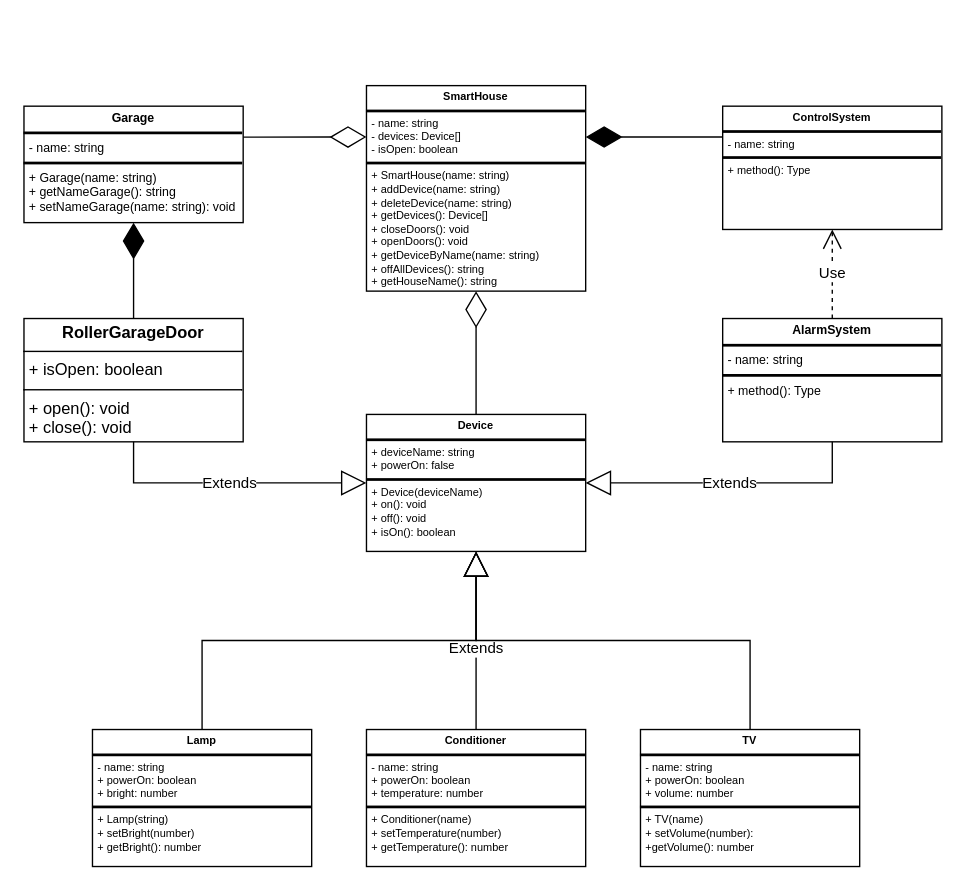
Before: SmartHouse.drawio in asimerole/independent-work-JS-for-university, a draw.io diagram. Source tidied: cells renumbered, new cells numbered last; positions are measured from the earlier drawing's top-left corner, leaving out a move shared by most shapes. Both pictures are drawn from the tidied source at 137%, with x=0, y=0 at pixel (23, 85).
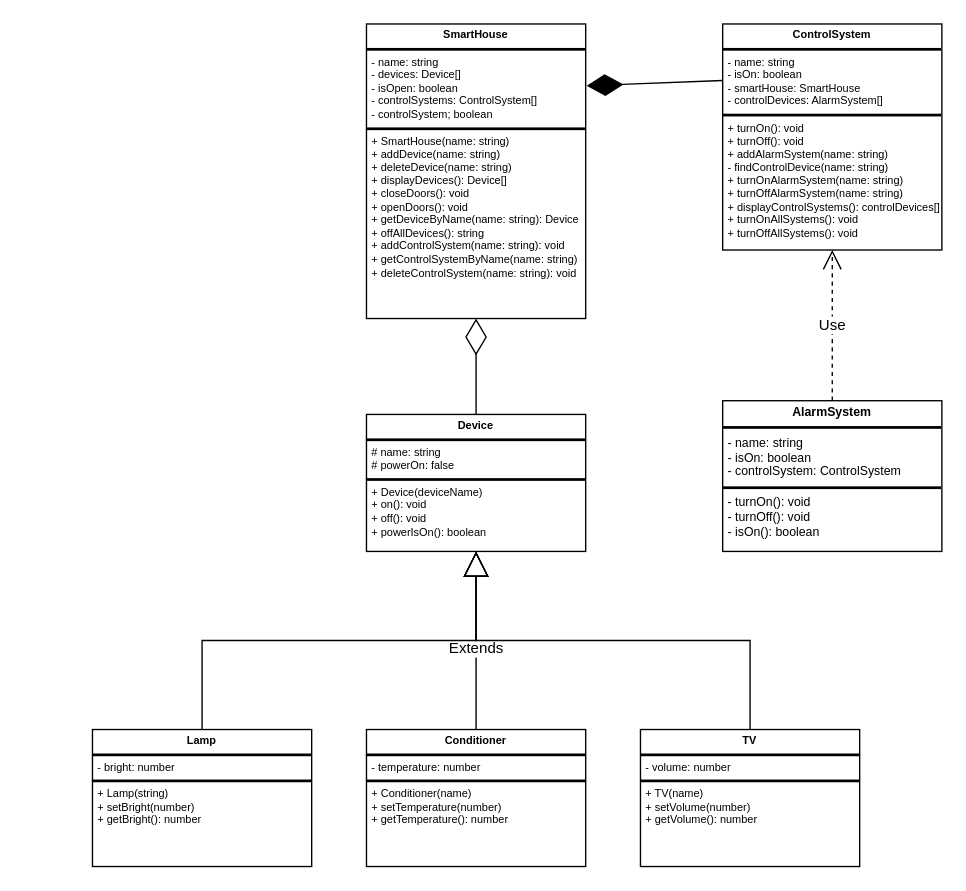
The same diagram, later.

Diff of the diagram source:
```diff
@@
-    <mxCell id="2" value="&lt;p style=&quot;margin: 4px 0px 0px; text-align: center; font-size: 8px;&quot;&gt;&lt;b style=&quot;font-size: 8px;&quot;&gt;SmartHouse&lt;/b&gt;&lt;/p&gt;&lt;hr style=&quot;border-style: solid; font-size: 8px;&quot;&gt;&lt;p style=&quot;margin: 0px 0px 0px 4px; font-size: 8px;&quot;&gt;&lt;font style=&quot;font-size: 8px;&quot;&gt;- name: string&lt;/font&gt;&lt;/p&gt;&lt;p style=&quot;margin: 0px 0px 0px 4px; font-size: 8px;&quot;&gt;&lt;font style=&quot;font-size: 8px;&quot;&gt;- devices: Device[]&lt;/font&gt;&lt;/p&gt;&lt;p style=&quot;margin: 0px 0px 0px 4px; font-size: 8px;&quot;&gt;&lt;font style=&quot;font-size: 8px;&quot;&gt;- isOpen: boolean&lt;/font&gt;&lt;/p&gt;&lt;hr style=&quot;border-style: solid; font-size: 8px;&quot;&gt;&lt;p style=&quot;margin: 0px 0px 0px 4px; font-size: 8px;&quot;&gt;+ SmartHouse(name: string)&lt;/p&gt;&lt;p style=&quot;margin: 0px 0px 0px 4px; font-size: 8px;&quot;&gt;+ addDevice(name: string)&lt;/p&gt;&lt;p style=&quot;margin: 0px 0px 0px 4px; font-size: 8px;&quot;&gt;+ deleteDevice(name: string)&lt;/p&gt;&lt;p style=&quot;margin: 0px 0px 0px 4px; font-size: 8px;&quot;&gt;+ getDevices(): Device[]&lt;/p&gt;&lt;p style=&quot;margin: 0px 0px 0px 4px; font-size: 8px;&quot;&gt;+ closeDoors(): void&lt;/p&gt;&lt;p style=&quot;margin: 0px 0px 0px 4px; font-size: 8px;&quot;&gt;+ openDoors(): void&lt;/p&gt;&lt;p style=&quot;margin: 0px 0px 0px 4px; font-size: 8px;&quot;&gt;+ getDeviceByName(name: string)&lt;/p&gt;&lt;p style=&quot;margin: 0px 0px 0px 4px; font-size: 8px;&quot;&gt;+ offAllDevices(): string&lt;/p&gt;&lt;p style=&quot;margin: 0px 0px 0px 4px; font-size: 8px;&quot;&gt;+ getHouseName(): string&lt;/p&gt;&lt;p style=&quot;margin: 0px 0px 0px 4px; font-size: 8px;&quot;&gt;&lt;br&gt;&lt;/p&gt;" style="verticalAlign=top;align=left;overflow=fill;html=1;whiteSpace=wrap;fillColor=none;fontSize=8;" parent="1" vertex="1">
-      <mxGeometry x="250" width="160" height="150" as="geometry" />
+    <mxCell id="2" value="&lt;p style=&quot;margin: 4px 0px 0px; text-align: center; font-size: 8px;&quot;&gt;&lt;b style=&quot;font-size: 8px;&quot;&gt;SmartHouse&lt;/b&gt;&lt;/p&gt;&lt;hr style=&quot;border-style: solid; font-size: 8px;&quot;&gt;&lt;p style=&quot;margin: 0px 0px 0px 4px; font-size: 8px;&quot;&gt;&lt;font style=&quot;font-size: 8px;&quot;&gt;- name: string&lt;/font&gt;&lt;/p&gt;&lt;p style=&quot;margin: 0px 0px 0px 4px; font-size: 8px;&quot;&gt;&lt;font style=&quot;font-size: 8px;&quot;&gt;- devices: Device[]&lt;/font&gt;&lt;/p&gt;&lt;p style=&quot;margin: 0px 0px 0px 4px; font-size: 8px;&quot;&gt;&lt;font style=&quot;font-size: 8px;&quot;&gt;- isOpen: boolean&lt;/font&gt;&lt;/p&gt;&lt;p style=&quot;margin: 0px 0px 0px 4px; font-size: 8px;&quot;&gt;&lt;font style=&quot;font-size: 8px;&quot;&gt;- controlSystems: ControlSystem[]&lt;/font&gt;&lt;/p&gt;&lt;p style=&quot;margin: 0px 0px 0px 4px; font-size: 8px;&quot;&gt;&lt;font style=&quot;font-size: 8px;&quot;&gt;- controlSystem; boolean&lt;/font&gt;&lt;/p&gt;&lt;hr style=&quot;border-style: solid; font-size: 8px;&quot;&gt;&lt;p style=&quot;margin: 0px 0px 0px 4px; font-size: 8px;&quot;&gt;+ SmartHouse(name: string)&lt;/p&gt;&lt;p style=&quot;margin: 0px 0px 0px 4px; font-size: 8px;&quot;&gt;+ addDevice(name: string)&lt;/p&gt;&lt;p style=&quot;margin: 0px 0px 0px 4px; font-size: 8px;&quot;&gt;+ deleteDevice(name: string)&lt;/p&gt;&lt;p style=&quot;margin: 0px 0px 0px 4px; font-size: 8px;&quot;&gt;+ displayDevices(): Device[]&lt;/p&gt;&lt;p style=&quot;margin: 0px 0px 0px 4px; font-size: 8px;&quot;&gt;+ closeDoors(): void&lt;/p&gt;&lt;p style=&quot;margin: 0px 0px 0px 4px; font-size: 8px;&quot;&gt;+ openDoors(): void&lt;/p&gt;&lt;p style=&quot;margin: 0px 0px 0px 4px; font-size: 8px;&quot;&gt;+ getDeviceByName(name: string): Device&lt;/p&gt;&lt;p style=&quot;margin: 0px 0px 0px 4px; font-size: 8px;&quot;&gt;+ offAllDevices(): string&lt;/p&gt;&lt;p style=&quot;margin: 0px 0px 0px 4px; font-size: 8px;&quot;&gt;+ addControlSystem(&lt;span style=&quot;background-color: initial;&quot;&gt;name: string&lt;/span&gt;&lt;span style=&quot;background-color: initial;&quot;&gt;): void&lt;/span&gt;&lt;/p&gt;&lt;p style=&quot;margin: 0px 0px 0px 4px; font-size: 8px;&quot;&gt;+ getControlSystemByName(name: string)&amp;nbsp;&lt;br&gt;+ deleteControlSystem(name: string): void&lt;/p&gt;&lt;p style=&quot;margin: 0px 0px 0px 4px; font-size: 8px;&quot;&gt;&lt;br&gt;&lt;/p&gt;" style="verticalAlign=top;align=left;overflow=fill;html=1;whiteSpace=wrap;fillColor=none;fontSize=8;" parent="1" vertex="1">
+      <mxGeometry x="250" y="-45" width="160" height="215" as="geometry" />
     </mxCell>
-    <mxCell id="3" value="&lt;p style=&quot;margin: 4px 0px 0px; text-align: center; font-size: 8px;&quot;&gt;&lt;b&gt;Device&lt;/b&gt;&lt;/p&gt;&lt;hr style=&quot;border-style: solid; font-size: 8px;&quot;&gt;&lt;p style=&quot;margin: 0px 0px 0px 4px; font-size: 8px;&quot;&gt;&lt;font style=&quot;font-size: 8px;&quot;&gt;+ deviceName: string&lt;/font&gt;&lt;/p&gt;&lt;p style=&quot;margin: 0px 0px 0px 4px; font-size: 8px;&quot;&gt;&lt;font style=&quot;font-size: 8px;&quot;&gt;+ powerOn: false&lt;/font&gt;&lt;span style=&quot;background-color: initial;&quot;&gt;&amp;nbsp;&lt;/span&gt;&lt;/p&gt;&lt;hr style=&quot;border-style: solid; font-size: 8px;&quot;&gt;&lt;p style=&quot;margin: 0px 0px 0px 4px; font-size: 8px;&quot;&gt;&lt;font style=&quot;font-size: 8px;&quot;&gt;+ Device(deviceName)&lt;br&gt;+ on(): void&lt;/font&gt;&lt;/p&gt;&lt;p style=&quot;margin: 0px 0px 0px 4px; font-size: 8px;&quot;&gt;&lt;font style=&quot;font-size: 8px;&quot;&gt;+ off(): void&lt;/font&gt;&lt;/p&gt;&lt;p style=&quot;margin: 0px 0px 0px 4px; font-size: 8px;&quot;&gt;&lt;font style=&quot;font-size: 8px;&quot;&gt;+ isOn(): boolean&lt;/font&gt;&lt;/p&gt;&lt;p style=&quot;margin: 0px 0px 0px 4px;&quot;&gt;&lt;br&gt;&lt;/p&gt;&lt;p style=&quot;margin: 0px 0px 0px 4px; font-size: 8px;&quot;&gt;&lt;font style=&quot;font-size: 8px;&quot;&gt;&lt;br&gt;&lt;/font&gt;&lt;/p&gt;" style="verticalAlign=top;align=left;overflow=fill;html=1;whiteSpace=wrap;fillColor=none;fontSize=8;" parent="1" vertex="1">
+    <mxCell id="3" value="&lt;p style=&quot;margin: 4px 0px 0px; text-align: center; font-size: 8px;&quot;&gt;&lt;b&gt;Device&lt;/b&gt;&lt;/p&gt;&lt;hr style=&quot;border-style: solid; font-size: 8px;&quot;&gt;&lt;p style=&quot;margin: 0px 0px 0px 4px; font-size: 8px;&quot;&gt;&lt;font style=&quot;font-size: 8px;&quot;&gt;# name: string&lt;/font&gt;&lt;/p&gt;&lt;p style=&quot;margin: 0px 0px 0px 4px; font-size: 8px;&quot;&gt;&lt;font style=&quot;font-size: 8px;&quot;&gt;# powerOn: false&lt;/font&gt;&lt;span style=&quot;background-color: initial;&quot;&gt;&amp;nbsp;&lt;/span&gt;&lt;/p&gt;&lt;hr style=&quot;border-style: solid; font-size: 8px;&quot;&gt;&lt;p style=&quot;margin: 0px 0px 0px 4px; font-size: 8px;&quot;&gt;&lt;font style=&quot;font-size: 8px;&quot;&gt;+ Device(deviceName)&lt;br&gt;+ on(): void&lt;/font&gt;&lt;/p&gt;&lt;p style=&quot;margin: 0px 0px 0px 4px; font-size: 8px;&quot;&gt;&lt;font style=&quot;font-size: 8px;&quot;&gt;+ off(): void&lt;/font&gt;&lt;/p&gt;&lt;p style=&quot;margin: 0px 0px 0px 4px; font-size: 8px;&quot;&gt;&lt;font style=&quot;font-size: 8px;&quot;&gt;+ powerIsOn(): boolean&lt;/font&gt;&lt;/p&gt;&lt;p style=&quot;margin: 0px 0px 0px 4px;&quot;&gt;&lt;br&gt;&lt;/p&gt;&lt;p style=&quot;margin: 0px 0px 0px 4px; font-size: 8px;&quot;&gt;&lt;font style=&quot;font-size: 8px;&quot;&gt;&lt;br&gt;&lt;/font&gt;&lt;/p&gt;" style="verticalAlign=top;align=left;overflow=fill;html=1;whiteSpace=wrap;fillColor=none;fontSize=8;" parent="1" vertex="1">
       <mxGeometry x="250" y="240" width="160" height="100" as="geometry" />
     </mxCell>
-    <mxCell id="4" value="&lt;p style=&quot;text-align: center; margin: 4px 0px 0px;&quot;&gt;&lt;span style=&quot;background-color: initial; text-align: left;&quot;&gt;&lt;b&gt;Conditioner&lt;/b&gt;&lt;/span&gt;&lt;/p&gt;&lt;hr style=&quot;border-style: solid; font-size: 8px;&quot;&gt;&lt;p style=&quot;margin: 0px 0px 0px 4px; font-size: 8px;&quot;&gt;- name: string&lt;br&gt;+ powerOn: boolean&lt;br&gt;&lt;/p&gt;&lt;p style=&quot;margin: 0px 0px 0px 4px; font-size: 8px;&quot;&gt;+ temperature: number&lt;/p&gt;&lt;hr style=&quot;border-style: solid; font-size: 8px;&quot;&gt;&lt;p style=&quot;margin: 0px 0px 0px 4px; font-size: 8px;&quot;&gt;+ Conditioner(name)&lt;/p&gt;&lt;p style=&quot;margin: 0px 0px 0px 4px; font-size: 8px;&quot;&gt;+ setTemperature(number)&lt;/p&gt;&lt;p style=&quot;margin: 0px 0px 0px 4px; font-size: 8px;&quot;&gt;+ getTemperature(): number&lt;/p&gt;" style="verticalAlign=top;align=left;overflow=fill;html=1;whiteSpace=wrap;fillColor=none;fontSize=8;" parent="1" vertex="1">
+    <mxCell id="4" value="&lt;p style=&quot;text-align: center; margin: 4px 0px 0px;&quot;&gt;&lt;span style=&quot;background-color: initial; text-align: left;&quot;&gt;&lt;b&gt;Conditioner&lt;/b&gt;&lt;/span&gt;&lt;/p&gt;&lt;hr style=&quot;border-style: solid; font-size: 8px;&quot;&gt;&lt;p style=&quot;margin: 0px 0px 0px 4px; font-size: 8px;&quot;&gt;&lt;span style=&quot;background-color: initial;&quot;&gt;- temperature: number&lt;/span&gt;&lt;br&gt;&lt;/p&gt;&lt;hr style=&quot;border-style: solid; font-size: 8px;&quot;&gt;&lt;p style=&quot;margin: 0px 0px 0px 4px; font-size: 8px;&quot;&gt;+ Conditioner(name)&lt;/p&gt;&lt;p style=&quot;margin: 0px 0px 0px 4px; font-size: 8px;&quot;&gt;+ setTemperature(number)&lt;/p&gt;&lt;p style=&quot;margin: 0px 0px 0px 4px; font-size: 8px;&quot;&gt;+ getTemperature(): number&lt;/p&gt;" style="verticalAlign=top;align=left;overflow=fill;html=1;whiteSpace=wrap;fillColor=none;fontSize=8;" parent="1" vertex="1">
       <mxGeometry x="250" y="470" width="160" height="100" as="geometry" />
     </mxCell>
-    <mxCell id="5" value="&lt;p style=&quot;margin: 4px 0px 0px; text-align: center; font-size: 8px;&quot;&gt;&lt;b&gt;TV&lt;/b&gt;&lt;/p&gt;&lt;hr style=&quot;border-style: solid; font-size: 8px;&quot;&gt;&lt;p style=&quot;margin: 0px 0px 0px 4px; font-size: 8px;&quot;&gt;- name: string&lt;/p&gt;&lt;p style=&quot;margin: 0px 0px 0px 4px; font-size: 8px;&quot;&gt;+ powerOn: boolean&lt;br&gt;&lt;/p&gt;&lt;p style=&quot;margin: 0px 0px 0px 4px; font-size: 8px;&quot;&gt;+ volume: number&lt;/p&gt;&lt;hr style=&quot;border-style: solid; font-size: 8px;&quot;&gt;&lt;p style=&quot;margin: 0px 0px 0px 4px; font-size: 8px;&quot;&gt;+ TV(name)&lt;/p&gt;&lt;p style=&quot;margin: 0px 0px 0px 4px; font-size: 8px;&quot;&gt;+ setVolume(number):&lt;/p&gt;&lt;p style=&quot;margin: 0px 0px 0px 4px; font-size: 8px;&quot;&gt;+getVolume(): number&lt;/p&gt;&lt;p style=&quot;margin: 0px 0px 0px 4px; font-size: 8px;&quot;&gt;&lt;br&gt;&lt;/p&gt;" style="verticalAlign=top;align=left;overflow=fill;html=1;whiteSpace=wrap;fillColor=none;fontSize=8;" parent="1" vertex="1">
+    <mxCell id="5" value="&lt;p style=&quot;margin: 4px 0px 0px; text-align: center; font-size: 8px;&quot;&gt;&lt;b&gt;TV&lt;/b&gt;&lt;/p&gt;&lt;hr style=&quot;border-style: solid; font-size: 8px;&quot;&gt;&lt;p style=&quot;margin: 0px 0px 0px 4px; font-size: 8px;&quot;&gt;&lt;span style=&quot;background-color: initial;&quot;&gt;- volume: number&lt;/span&gt;&lt;br&gt;&lt;/p&gt;&lt;hr style=&quot;border-style: solid; font-size: 8px;&quot;&gt;&lt;p style=&quot;margin: 0px 0px 0px 4px; font-size: 8px;&quot;&gt;+ TV(name)&lt;/p&gt;&lt;p style=&quot;margin: 0px 0px 0px 4px; font-size: 8px;&quot;&gt;+ setVolume(number)&lt;/p&gt;&lt;p style=&quot;margin: 0px 0px 0px 4px; font-size: 8px;&quot;&gt;+ getVolume(): number&lt;/p&gt;&lt;p style=&quot;margin: 0px 0px 0px 4px; font-size: 8px;&quot;&gt;&lt;br&gt;&lt;/p&gt;" style="verticalAlign=top;align=left;overflow=fill;html=1;whiteSpace=wrap;fillColor=none;fontSize=8;" parent="1" vertex="1">
       <mxGeometry x="450" y="470" width="160" height="100" as="geometry" />
     </mxCell>
-    <mxCell id="6" value="&lt;p style=&quot;margin: 4px 0px 0px; text-align: center; font-size: 8px;&quot;&gt;&lt;b style=&quot;font-size: 8px;&quot;&gt;Lamp&lt;/b&gt;&lt;/p&gt;&lt;hr style=&quot;border-style: solid; font-size: 8px;&quot;&gt;&lt;p style=&quot;margin: 0px 0px 0px 4px; font-size: 8px;&quot;&gt;- name: string&lt;br&gt;+ powerOn: boolean&lt;/p&gt;&lt;p style=&quot;margin: 0px 0px 0px 4px; font-size: 8px;&quot;&gt;+ bright: number&lt;/p&gt;&lt;hr style=&quot;border-style: solid; font-size: 8px;&quot;&gt;&lt;p style=&quot;margin: 0px 0px 0px 4px; font-size: 8px;&quot;&gt;+ Lamp(string)&lt;br&gt;+ setBright(number)&lt;/p&gt;&lt;p style=&quot;margin: 0px 0px 0px 4px; font-size: 8px;&quot;&gt;+ getBright(): number&lt;/p&gt;&lt;p style=&quot;margin: 0px 0px 0px 4px; font-size: 8px;&quot;&gt;&lt;br&gt;&lt;/p&gt;" style="verticalAlign=top;align=left;overflow=fill;html=1;whiteSpace=wrap;fillColor=none;fontSize=8;" parent="1" vertex="1">
+    <mxCell id="6" value="&lt;p style=&quot;margin: 4px 0px 0px; text-align: center; font-size: 8px;&quot;&gt;&lt;b style=&quot;font-size: 8px;&quot;&gt;Lamp&lt;/b&gt;&lt;/p&gt;&lt;hr style=&quot;border-style: solid; font-size: 8px;&quot;&gt;&lt;p style=&quot;margin: 0px 0px 0px 4px; font-size: 8px;&quot;&gt;&lt;span style=&quot;background-color: initial;&quot;&gt;- bright: number&lt;/span&gt;&lt;br&gt;&lt;/p&gt;&lt;hr style=&quot;border-style: solid; font-size: 8px;&quot;&gt;&lt;p style=&quot;margin: 0px 0px 0px 4px; font-size: 8px;&quot;&gt;+ Lamp(string)&lt;br&gt;+ setBright(number)&lt;/p&gt;&lt;p style=&quot;margin: 0px 0px 0px 4px; font-size: 8px;&quot;&gt;+ getBright(): number&lt;/p&gt;&lt;p style=&quot;margin: 0px 0px 0px 4px; font-size: 8px;&quot;&gt;&lt;br&gt;&lt;/p&gt;" style="verticalAlign=top;align=left;overflow=fill;html=1;whiteSpace=wrap;fillColor=none;fontSize=8;" parent="1" vertex="1">
       <mxGeometry x="50" y="470" width="160" height="100" as="geometry" />
     </mxCell>
@@
-    <mxCell id="9" value="&lt;p style=&quot;margin: 4px 0px 0px; text-align: center; font-size: 8px;&quot;&gt;&lt;b&gt;ControlSystem&lt;/b&gt;&lt;/p&gt;&lt;hr style=&quot;border-style: solid; font-size: 8px;&quot;&gt;&lt;p style=&quot;margin: 0px 0px 0px 4px; font-size: 8px;&quot;&gt;- name: string&lt;/p&gt;&lt;hr style=&quot;border-style: solid; font-size: 8px;&quot;&gt;&lt;p style=&quot;margin: 0px 0px 0px 4px; font-size: 8px;&quot;&gt;+ method(): Type&lt;/p&gt;" style="verticalAlign=top;align=left;overflow=fill;html=1;whiteSpace=wrap;fillColor=none;fontSize=8;" parent="1" vertex="1">
-      <mxGeometry x="510" y="15" width="160" height="90" as="geometry" />
+    <mxCell id="9" value="&lt;p style=&quot;margin: 4px 0px 0px; text-align: center; font-size: 8px;&quot;&gt;&lt;b&gt;ControlSystem&lt;/b&gt;&lt;/p&gt;&lt;hr style=&quot;border-style: solid; font-size: 8px;&quot;&gt;&lt;p style=&quot;margin: 0px 0px 0px 4px; font-size: 8px;&quot;&gt;- name: string&lt;/p&gt;&lt;p style=&quot;margin: 0px 0px 0px 4px; font-size: 8px;&quot;&gt;- isOn: boolean&lt;/p&gt;&lt;p style=&quot;margin: 0px 0px 0px 4px; font-size: 8px;&quot;&gt;- smartHouse: SmartHouse&lt;/p&gt;&lt;p style=&quot;margin: 0px 0px 0px 4px; font-size: 8px;&quot;&gt;- controlDevices: AlarmSystem[]&lt;/p&gt;&lt;hr style=&quot;border-style: solid; font-size: 8px;&quot;&gt;&lt;p style=&quot;margin: 0px 0px 0px 4px; font-size: 8px;&quot;&gt;+ turnOn(): void&lt;br&gt;+ turnOff(): void&lt;/p&gt;&lt;p style=&quot;margin: 0px 0px 0px 4px; font-size: 8px;&quot;&gt;+ addAlarmSystem(name: string)&lt;/p&gt;&lt;p style=&quot;margin: 0px 0px 0px 4px; font-size: 8px;&quot;&gt;- findControlDevice(name: string)&lt;/p&gt;&lt;p style=&quot;margin: 0px 0px 0px 4px; font-size: 8px;&quot;&gt;+ turnOnAlarmSystem(name: string)&lt;/p&gt;&lt;p style=&quot;margin: 0px 0px 0px 4px; font-size: 8px;&quot;&gt;+ turnOffAlarmSystem(&lt;span style=&quot;background-color: initial;&quot;&gt;name: string&lt;/span&gt;&lt;span style=&quot;background-color: initial;&quot;&gt;)&lt;/span&gt;&lt;/p&gt;&lt;p style=&quot;margin: 0px 0px 0px 4px; font-size: 8px;&quot;&gt;&lt;span style=&quot;background-color: initial;&quot;&gt;+ displayControlSystems():&amp;nbsp;&lt;/span&gt;&lt;span style=&quot;background-color: initial;&quot;&gt;controlDevices&lt;/span&gt;&lt;span style=&quot;background-color: initial;&quot;&gt;[]&lt;/span&gt;&lt;/p&gt;&lt;p style=&quot;margin: 0px 0px 0px 4px; font-size: 8px;&quot;&gt;&lt;span style=&quot;background-color: initial;&quot;&gt;+ turnOnAllSystems(): void&lt;/span&gt;&lt;/p&gt;&lt;p style=&quot;margin: 0px 0px 0px 4px; font-size: 8px;&quot;&gt;&lt;span style=&quot;background-color: initial;&quot;&gt;+ turnOffAllSystems(): void&lt;/span&gt;&lt;/p&gt;" style="verticalAlign=top;align=left;overflow=fill;html=1;whiteSpace=wrap;fillColor=none;fontSize=8;" parent="1" vertex="1">
+      <mxGeometry x="510" y="-45" width="160" height="165" as="geometry" />
     </mxCell>
-    <mxCell id="10" value="&lt;p style=&quot;margin: 4px 0px 0px; text-align: center; font-size: 9px;&quot;&gt;&lt;b style=&quot;font-size: 9px;&quot;&gt;AlarmSystem&lt;/b&gt;&lt;/p&gt;&lt;hr style=&quot;border-style: solid; font-size: 9px;&quot;&gt;&lt;p style=&quot;margin: 0px 0px 0px 4px; font-size: 9px;&quot;&gt;- name: string&lt;/p&gt;&lt;hr style=&quot;border-style: solid; font-size: 9px;&quot;&gt;&lt;p style=&quot;margin: 0px 0px 0px 4px; font-size: 9px;&quot;&gt;+ method(): Type&lt;/p&gt;" style="verticalAlign=top;align=left;overflow=fill;html=1;whiteSpace=wrap;fillColor=none;fontSize=9;" parent="1" vertex="1">
-      <mxGeometry x="510" y="170" width="160" height="90" as="geometry" />
+    <mxCell id="10" value="&lt;p style=&quot;margin: 4px 0px 0px; text-align: center; font-size: 9px;&quot;&gt;&lt;b style=&quot;font-size: 9px;&quot;&gt;AlarmSystem&lt;/b&gt;&lt;/p&gt;&lt;hr style=&quot;border-style: solid; font-size: 9px;&quot;&gt;&lt;p style=&quot;margin: 0px 0px 0px 4px; font-size: 9px;&quot;&gt;- name: string&lt;/p&gt;&lt;p style=&quot;margin: 0px 0px 0px 4px; font-size: 9px;&quot;&gt;- isOn: boolean&lt;/p&gt;&lt;p style=&quot;margin: 0px 0px 0px 4px; font-size: 9px;&quot;&gt;- controlSystem: ControlSystem&lt;/p&gt;&lt;hr style=&quot;border-style: solid; font-size: 9px;&quot;&gt;&lt;p style=&quot;margin: 0px 0px 0px 4px; font-size: 9px;&quot;&gt;- turnOn(): void&lt;/p&gt;&lt;p style=&quot;margin: 0px 0px 0px 4px; font-size: 9px;&quot;&gt;- turnOff(): void&lt;/p&gt;&lt;p style=&quot;margin: 0px 0px 0px 4px; font-size: 9px;&quot;&gt;- isOn(): boolean&lt;/p&gt;&lt;p style=&quot;margin: 0px 0px 0px 4px; font-size: 9px;&quot;&gt;&lt;br&gt;&lt;/p&gt;" style="verticalAlign=top;align=left;overflow=fill;html=1;whiteSpace=wrap;fillColor=none;fontSize=9;" parent="1" vertex="1">
+      <mxGeometry x="510" y="230" width="160" height="110" as="geometry" />
     </mxCell>
-    <mxCell id="11" value="Extends" style="endArrow=block;endSize=16;endFill=0;html=1;rounded=0;exitX=0.5;exitY=1;exitDx=0;exitDy=0;entryX=1;entryY=0.5;entryDx=0;entryDy=0;edgeStyle=orthogonalEdgeStyle;" parent="1" edge="1" source="10" target="3">
-      <mxGeometry relative="1" as="geometry" />
-    </mxCell>
-    <mxCell id="12" value="&lt;p style=&quot;margin: 4px 0px 0px; text-align: center; font-size: 9px;&quot;&gt;&lt;b style=&quot;font-size: 9px;&quot;&gt;Garage&lt;/b&gt;&lt;/p&gt;&lt;hr style=&quot;border-style: solid; font-size: 9px;&quot;&gt;&lt;p style=&quot;margin: 0px 0px 0px 4px; font-size: 9px;&quot;&gt;- name: string&lt;/p&gt;&lt;hr style=&quot;border-style: solid; font-size: 9px;&quot;&gt;&lt;p style=&quot;margin: 0px 0px 0px 4px; font-size: 9px;&quot;&gt;+ Garage(name: string)&lt;br style=&quot;font-size: 9px;&quot;&gt;+ getName&lt;span style=&quot;background-color: initial;&quot;&gt;Garage&lt;/span&gt;&lt;span style=&quot;background-color: initial;&quot;&gt;(): string&lt;/span&gt;&lt;/p&gt;&lt;p style=&quot;margin: 0px 0px 0px 4px; font-size: 9px;&quot;&gt;+ setName&lt;span style=&quot;background-color: initial;&quot;&gt;Garage&lt;/span&gt;&lt;span style=&quot;background-color: initial;&quot;&gt;(name: string): void&lt;/span&gt;&lt;/p&gt;&lt;p style=&quot;margin: 0px 0px 0px 4px; font-size: 9px;&quot;&gt;&lt;br style=&quot;font-size: 9px;&quot;&gt;&lt;/p&gt;" style="verticalAlign=top;align=left;overflow=fill;html=1;whiteSpace=wrap;fillColor=none;fontSize=9;" parent="1" vertex="1">
-      <mxGeometry y="15" width="160" height="85" as="geometry" />
-    </mxCell>
-    <mxCell id="13" style="endArrow=diamondThin;endFill=0;endSize=24;html=1;rounded=0;exitX=1;exitY=0.266;exitDx=0;exitDy=0;entryX=0;entryY=0.25;entryDx=0;entryDy=0;exitPerimeter=0;" parent="1" edge="1" source="12" target="2">
-      <mxGeometry relative="1" as="geometry" />
-    </mxCell>
-    <mxCell id="14" value="&lt;p style=&quot;margin:0px;margin-top:4px;text-align:center;&quot;&gt;&lt;b&gt;RollerGarageDoor&lt;/b&gt;&lt;br&gt;&lt;/p&gt;&lt;hr size=&quot;1&quot; style=&quot;border-style:solid;&quot;&gt;&lt;p style=&quot;margin:0px;margin-left:4px;&quot;&gt;+ isOpen: boolean&lt;/p&gt;&lt;hr size=&quot;1&quot; style=&quot;border-style:solid;&quot;&gt;&lt;p style=&quot;margin:0px;margin-left:4px;&quot;&gt;+ open(): void&lt;/p&gt;&lt;p style=&quot;margin:0px;margin-left:4px;&quot;&gt;+ close(): void&lt;/p&gt;" style="verticalAlign=top;align=left;overflow=fill;html=1;whiteSpace=wrap;fillColor=none;" parent="1" vertex="1">
-      <mxGeometry y="170" width="160" height="90" as="geometry" />
-    </mxCell>
-    <mxCell id="15" style="endArrow=diamondThin;endFill=1;endSize=24;html=1;rounded=0;exitX=0.5;exitY=0;exitDx=0;exitDy=0;entryX=0.5;entryY=1;entryDx=0;entryDy=0;" parent="1" edge="1" source="14" target="12">
-      <mxGeometry relative="1" as="geometry" />
-    </mxCell>
-    <mxCell id="16" value="Extends" style="endArrow=block;endSize=16;endFill=0;html=1;rounded=0;exitX=0.5;exitY=1;exitDx=0;exitDy=0;entryX=0;entryY=0.5;entryDx=0;entryDy=0;edgeStyle=orthogonalEdgeStyle;" parent="1" edge="1" source="14" target="3">
-      <mxGeometry relative="1" as="geometry" />
-    </mxCell>
@@
-    <mxCell id="20" style="endArrow=diamondThin;endFill=1;endSize=24;html=1;rounded=0;exitX=0;exitY=0.25;exitDx=0;exitDy=0;entryX=1;entryY=0.25;entryDx=0;entryDy=0;" parent="1" edge="1" source="9" target="2">
+    <mxCell id="20" style="endArrow=diamondThin;endFill=1;endSize=24;html=1;rounded=0;exitX=0;exitY=0.25;exitDx=0;exitDy=0;entryX=1.004;entryY=0.21;entryDx=0;entryDy=0;entryPerimeter=0;" parent="1" edge="1" source="9" target="2">
       <mxGeometry relative="1" as="geometry" />
     </mxCell>
```
